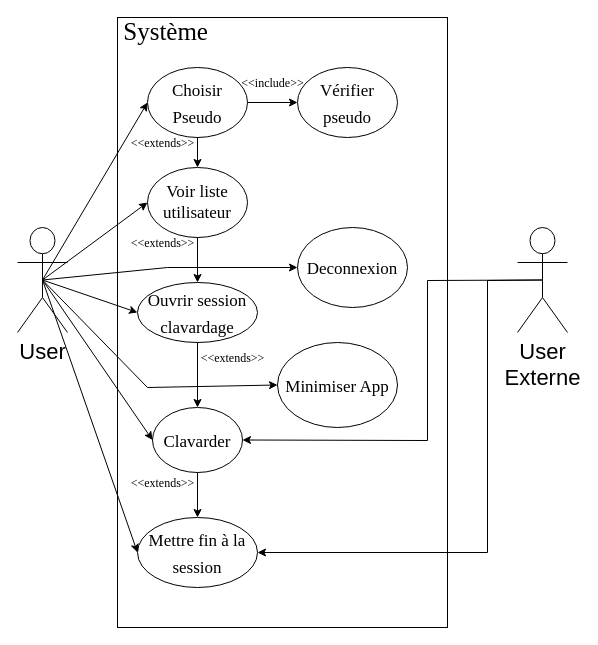
Earlier version of the draw.io diagram Projet/UML/versions modifiables/Usecase_User.drawio (Newglear/UF_projet_java). Source tidied: cells renumbered, new cells numbered last; positions are measured from the earlier drawing's top-left corner, leaving out a move shared by most shapes. Both pictures are drawn from the tidied source at 100%, with x=0, y=0 at pixel (17, 17).
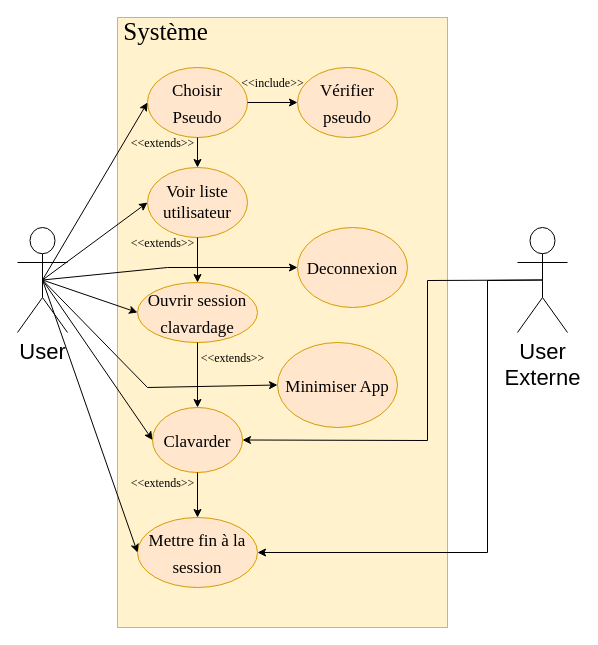
The same diagram, later.

What changed in the source:
```diff
@@
-    <mxCell id="2" value="&lt;font style=&quot;font-size: 25px;&quot; face=&quot;Times New Roman&quot;&gt;&amp;nbsp;Système&lt;/font&gt;" style="verticalAlign=top;align=left;overflow=fill;fontSize=12;fontFamily=Helvetica;html=1;" parent="1" vertex="1">
+    <mxCell id="2" value="&lt;font style=&quot;font-size: 25px;&quot; face=&quot;Times New Roman&quot;&gt;&amp;nbsp;Système&lt;/font&gt;" style="verticalAlign=top;align=left;overflow=fill;fontSize=12;fontFamily=Helvetica;html=1;fillColor=#fff2cc;strokeColor=#d6b656;" parent="1" vertex="1">
       <mxGeometry x="100" width="330" height="610" as="geometry" />
     </mxCell>
@@
-    <mxCell id="4" value="&lt;font style=&quot;font-size: 17px;&quot;&gt;Choisir Pseudo&lt;/font&gt;" style="ellipse;whiteSpace=wrap;html=1;fontFamily=Times New Roman;fontSize=22;" parent="1" vertex="1">
+    <mxCell id="4" value="&lt;font style=&quot;font-size: 17px;&quot;&gt;Choisir Pseudo&lt;/font&gt;" style="ellipse;whiteSpace=wrap;html=1;fontFamily=Times New Roman;fontSize=22;fillColor=#ffe6cc;strokeColor=#d79b00;" parent="1" vertex="1">
       <mxGeometry x="130" y="50" width="100" height="70" as="geometry" />
     </mxCell>
-    <mxCell id="5" value="&lt;font style=&quot;font-size: 17px;&quot;&gt;Vérifier pseudo&lt;/font&gt;" style="ellipse;whiteSpace=wrap;html=1;fontFamily=Times New Roman;fontSize=22;" parent="1" vertex="1">
+    <mxCell id="5" value="&lt;font style=&quot;font-size: 17px;&quot;&gt;Vérifier pseudo&lt;/font&gt;" style="ellipse;whiteSpace=wrap;html=1;fontFamily=Times New Roman;fontSize=22;fillColor=#ffe6cc;strokeColor=#d79b00;" parent="1" vertex="1">
       <mxGeometry x="280" y="50" width="100" height="70" as="geometry" />
     </mxCell>
-    <mxCell id="6" value="&lt;font style=&quot;font-size: 17px;&quot;&gt;Clavarder&lt;/font&gt;" style="ellipse;whiteSpace=wrap;html=1;fontFamily=Times New Roman;fontSize=22;" parent="1" vertex="1">
+    <mxCell id="6" value="&lt;font style=&quot;font-size: 17px;&quot;&gt;Clavarder&lt;/font&gt;" style="ellipse;whiteSpace=wrap;html=1;fontFamily=Times New Roman;fontSize=22;fillColor=#ffe6cc;strokeColor=#d79b00;" parent="1" vertex="1">
       <mxGeometry x="135" y="390" width="90" height="65" as="geometry" />
     </mxCell>
-    <mxCell id="7" value="&lt;font style=&quot;font-size: 17px;&quot;&gt;Ouvrir session clavardage&lt;/font&gt;" style="ellipse;whiteSpace=wrap;html=1;fontFamily=Times New Roman;fontSize=22;" parent="1" vertex="1">
+    <mxCell id="7" value="&lt;font style=&quot;font-size: 17px;&quot;&gt;Ouvrir session clavardage&lt;/font&gt;" style="ellipse;whiteSpace=wrap;html=1;fontFamily=Times New Roman;fontSize=22;fillColor=#ffe6cc;strokeColor=#d79b00;" parent="1" vertex="1">
       <mxGeometry x="120" y="265" width="120" height="60" as="geometry" />
     </mxCell>
-    <mxCell id="8" value="&lt;font style=&quot;font-size: 17px;&quot;&gt;Minimiser App&lt;/font&gt;" style="ellipse;whiteSpace=wrap;html=1;fontFamily=Times New Roman;fontSize=22;" parent="1" vertex="1">
+    <mxCell id="8" value="&lt;font style=&quot;font-size: 17px;&quot;&gt;Minimiser App&lt;/font&gt;" style="ellipse;whiteSpace=wrap;html=1;fontFamily=Times New Roman;fontSize=22;fillColor=#ffe6cc;strokeColor=#d79b00;" parent="1" vertex="1">
       <mxGeometry x="260" y="325" width="120" height="85" as="geometry" />
     </mxCell>
-    <mxCell id="9" value="&lt;font style=&quot;font-size: 17px;&quot;&gt;Mettre fin à la session &lt;/font&gt;" style="ellipse;whiteSpace=wrap;html=1;fontFamily=Times New Roman;fontSize=22;" parent="1" vertex="1">
+    <mxCell id="9" value="&lt;font style=&quot;font-size: 17px;&quot;&gt;Mettre fin à la session &lt;/font&gt;" style="ellipse;whiteSpace=wrap;html=1;fontFamily=Times New Roman;fontSize=22;fillColor=#ffe6cc;strokeColor=#d79b00;" parent="1" vertex="1">
       <mxGeometry x="120" y="500" width="120" height="70" as="geometry" />
     </mxCell>
-    <mxCell id="10" value="&lt;font style=&quot;font-size: 17px;&quot;&gt;Deconnexion&lt;/font&gt;" style="ellipse;whiteSpace=wrap;html=1;fontFamily=Times New Roman;fontSize=22;" parent="1" vertex="1">
+    <mxCell id="10" value="&lt;font style=&quot;font-size: 17px;&quot;&gt;Deconnexion&lt;/font&gt;" style="ellipse;whiteSpace=wrap;html=1;fontFamily=Times New Roman;fontSize=22;fillColor=#ffe6cc;strokeColor=#d79b00;" parent="1" vertex="1">
       <mxGeometry x="280" y="210" width="110" height="80" as="geometry" />
     </mxCell>
@@
-    <mxCell id="13" value="&lt;font style=&quot;font-size: 17px;&quot;&gt;Voir liste utilisateur&lt;br&gt;&lt;/font&gt;" style="ellipse;whiteSpace=wrap;html=1;fontFamily=Times New Roman;fontSize=12;" parent="1" vertex="1">
+    <mxCell id="13" value="&lt;font style=&quot;font-size: 17px;&quot;&gt;Voir liste utilisateur&lt;br&gt;&lt;/font&gt;" style="ellipse;whiteSpace=wrap;html=1;fontFamily=Times New Roman;fontSize=12;fillColor=#ffe6cc;strokeColor=#d79b00;" parent="1" vertex="1">
       <mxGeometry x="130" y="150" width="100" height="70" as="geometry" />
     </mxCell>
```
